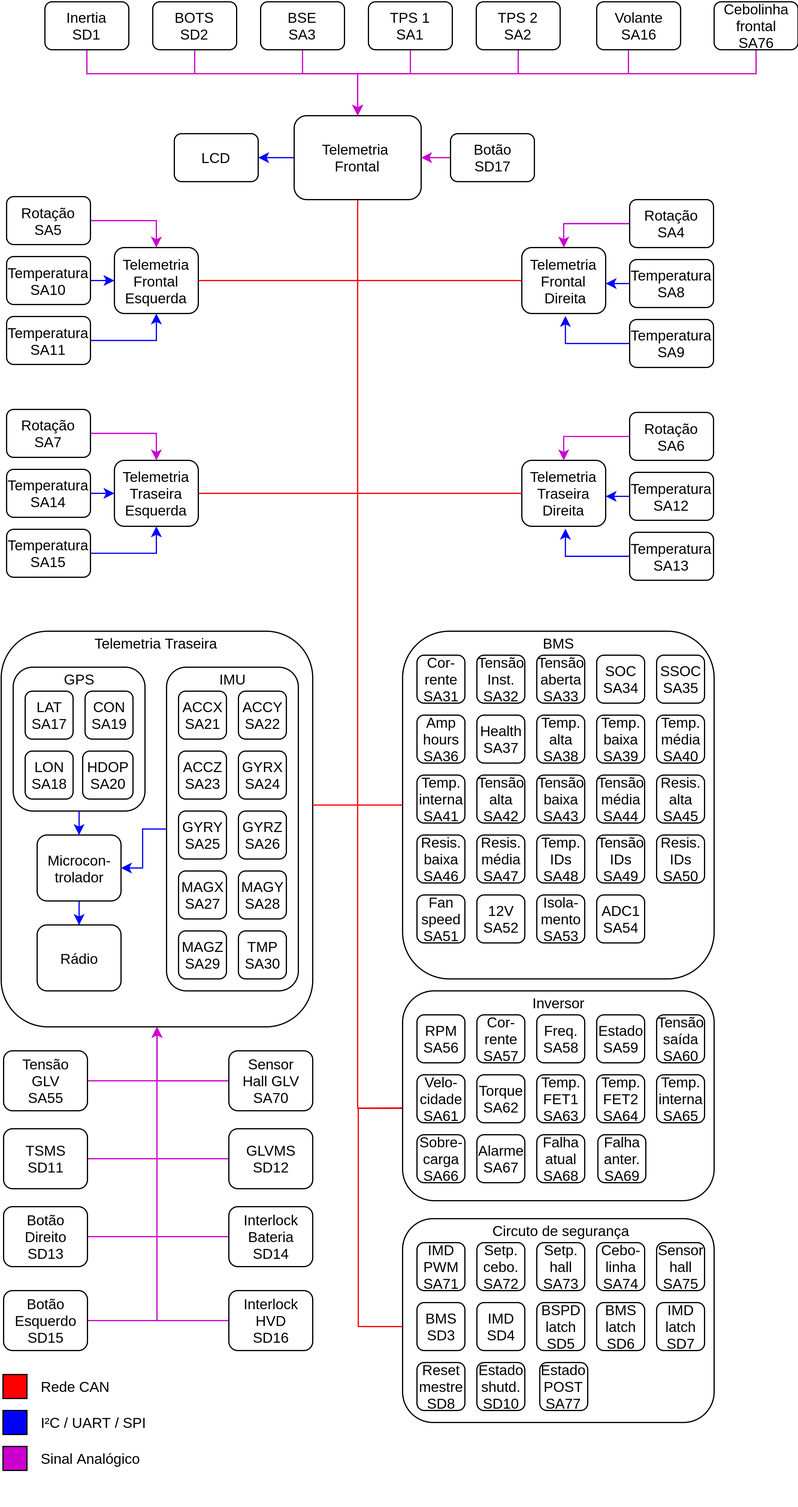
Earlier version of the draw.io export source/images/sensors.png (TelemetriaCheetah/TelemetriaCheetah.github.io). Source tidied: cells renumbered, new cells last; positions are measured from the earlier drawing's top-left corner, leaving out a move shared by most shapes.
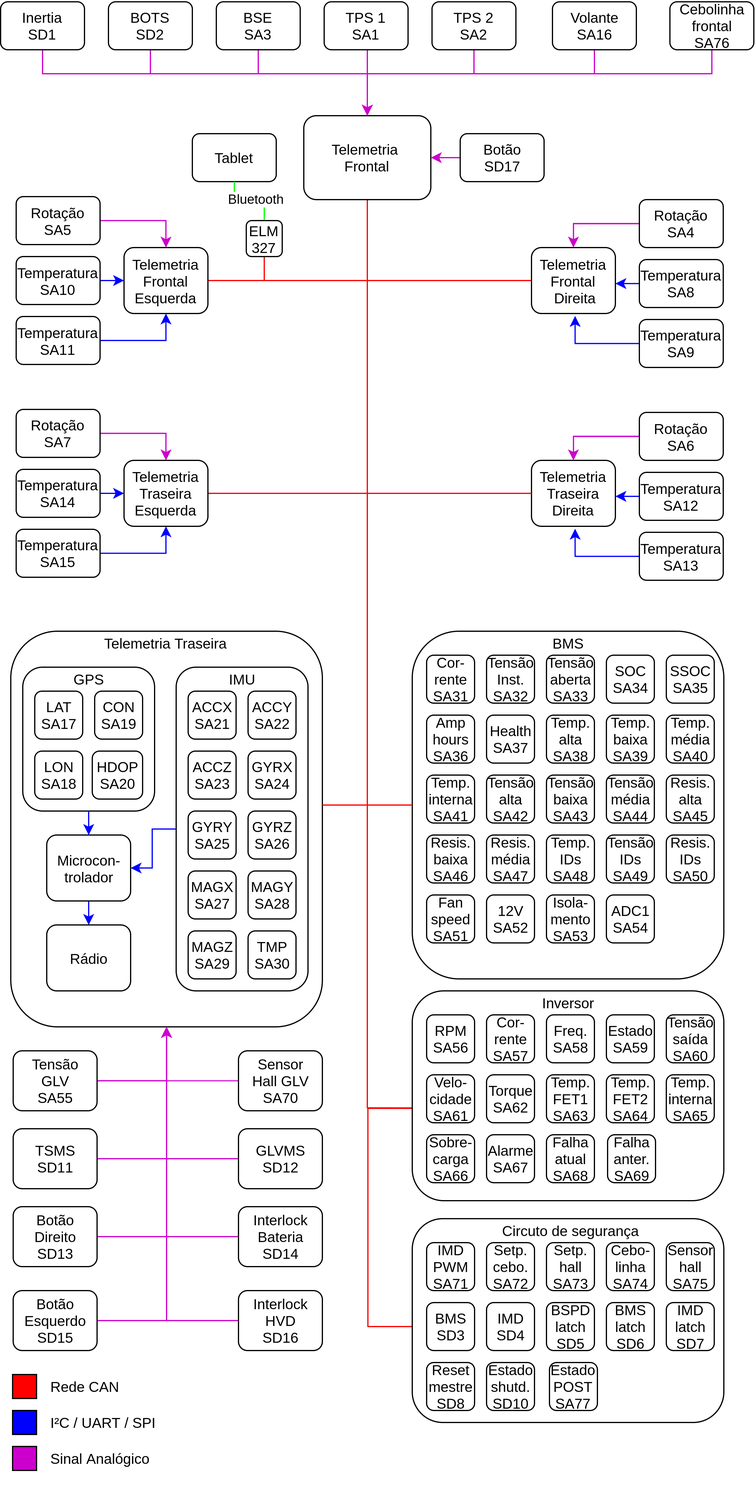
The same file after the commit.

Commit message:
atualizando diagrama

What changed in the source:
```diff
@@ -5,21 +5,14 @@
     <mxCell id="2" style="edgeStyle=orthogonalEdgeStyle;rounded=0;jettySize=auto;html=1;endArrow=classic;endFill=1;strokeColor=#CC00CC;" parent="1" edge="1" source="3" target="6">
       <mxGeometry relative="1" as="geometry">
         <Array as="points">
-          <mxPoint x="72" y="60" />
+          <mxPoint x="27" y="60" />
           <mxPoint x="298" y="60" />
         </Array>
       </mxGeometry>
     </mxCell>
     <mxCell id="3" value="Inertia&lt;br&gt;SD1" style="rounded=1;whiteSpace=wrap;html=1;fillColor=#FFFFFF;" parent="1" vertex="1">
-      <mxGeometry x="37" width="70" height="40" as="geometry" />
+      <mxGeometry x="-8" width="70" height="40" as="geometry" />
     </mxCell>
-    <mxCell id="4" style="edgeStyle=orthogonalEdgeStyle;rounded=0;jettySize=auto;html=1;exitX=0.25;exitY=1;exitDx=0;exitDy=0;entryX=1;entryY=0.5;entryDx=0;entryDy=0;strokeColor=#0000FF;" parent="1" edge="1" source="6" target="23">
-      <mxGeometry relative="1" as="geometry">
-        <Array as="points">
-          <mxPoint x="272" y="130" />
-        </Array>
-      </mxGeometry>
-    </mxCell>
     <mxCell id="5" style="edgeStyle=orthogonalEdgeStyle;rounded=0;jettySize=auto;html=1;entryX=0.004;entryY=0.558;entryDx=0;entryDy=0;entryPerimeter=0;endArrow=none;endFill=0;strokeColor=#FF0000;" parent="1" edge="1" source="6" target="116">
       <mxGeometry relative="1" as="geometry" />
     </mxCell>
@@ -29,46 +22,46 @@
     <mxCell id="7" style="edgeStyle=orthogonalEdgeStyle;rounded=0;jettySize=auto;html=1;endArrow=classic;endFill=1;strokeColor=#CC00CC;" parent="1" edge="1" source="8" target="6">
       <mxGeometry relative="1" as="geometry">
         <Array as="points">
-          <mxPoint x="162" y="60" />
+          <mxPoint x="117" y="60" />
           <mxPoint x="298" y="60" />
         </Array>
       </mxGeometry>
     </mxCell>
     <mxCell id="8" value="BOTS&lt;br&gt;SD2&lt;span style=&quot;color: rgba(0 , 0 , 0 , 0) ; font-family: monospace ; font-size: 0px&quot;&gt;%3CmxGraphModel%3E%3Croot%3E%3CmxCell%20id%3D%220%22%2F%3E%3CmxCell%20id%3D%221%22%20parent%3D%220%22%2F%3E%3CmxCell%20id%3D%222%22%20value%3D%22Inertia%26lt%3Bbr%26gt%3BSD1%22%20style%3D%22rounded%3D1%3BwhiteSpace%3Dwrap%3Bhtml%3D1%3BfillColor%3D%23FFFFFF%3B%22%20vertex%3D%221%22%20parent%3D%221%22%3E%3CmxGeometry%20x%3D%22210%22%20y%3D%22210%22%20width%3D%2270%22%20height%3D%2240%22%20as%3D%22geometry%22%2F%3E%3C%2FmxCell%3E%3C%2Froot%3E%3C%2FmxGraphModel%3E&lt;/span&gt;" style="rounded=1;whiteSpace=wrap;html=1;fillColor=#FFFFFF;" parent="1" vertex="1">
-      <mxGeometry x="127" width="70" height="40" as="geometry" />
+      <mxGeometry x="82" width="70" height="40" as="geometry" />
     </mxCell>
     <mxCell id="9" style="edgeStyle=orthogonalEdgeStyle;rounded=0;jettySize=auto;html=1;endArrow=classic;endFill=1;strokeColor=#CC00CC;" parent="1" edge="1" source="10" target="6">
       <mxGeometry relative="1" as="geometry">
         <Array as="points">
-          <mxPoint x="342" y="60" />
-          <mxPoint x="298" y="60" />
+          <mxPoint x="298" y="45" />
+          <mxPoint x="298" y="45" />
         </Array>
       </mxGeometry>
     </mxCell>
     <mxCell id="10" value="TPS 1&lt;br&gt;SA1" style="rounded=1;whiteSpace=wrap;html=1;fillColor=#FFFFFF;" parent="1" vertex="1">
-      <mxGeometry x="307" width="70" height="40" as="geometry" />
+      <mxGeometry x="262" width="70" height="40" as="geometry" />
     </mxCell>
     <mxCell id="11" style="edgeStyle=orthogonalEdgeStyle;rounded=0;jettySize=auto;html=1;endArrow=classic;endFill=1;strokeColor=#CC00CC;" parent="1" edge="1" source="12" target="6">
       <mxGeometry relative="1" as="geometry">
         <Array as="points">
-          <mxPoint x="432" y="60" />
+          <mxPoint x="387" y="60" />
           <mxPoint x="298" y="60" />
         </Array>
       </mxGeometry>
     </mxCell>
     <mxCell id="12" value="TPS 2&lt;br&gt;SA2" style="rounded=1;whiteSpace=wrap;html=1;fillColor=#FFFFFF;" parent="1" vertex="1">
-      <mxGeometry x="397" width="70" height="40" as="geometry" />
+      <mxGeometry x="352" width="70" height="40" as="geometry" />
     </mxCell>
     <mxCell id="13" style="edgeStyle=orthogonalEdgeStyle;rounded=0;jettySize=auto;html=1;endArrow=classic;endFill=1;strokeColor=#CC00CC;" parent="1" edge="1" source="14" target="6">
       <mxGeometry relative="1" as="geometry">
         <Array as="points">
-          <mxPoint x="252" y="60" />
+          <mxPoint x="207" y="60" />
           <mxPoint x="298" y="60" />
         </Array>
       </mxGeometry>
     </mxCell>
     <mxCell id="14" value="BSE&lt;br&gt;SA3" style="rounded=1;whiteSpace=wrap;html=1;fillColor=#FFFFFF;" parent="1" vertex="1">
-      <mxGeometry x="217" width="70" height="40" as="geometry" />
+      <mxGeometry x="172" width="70" height="40" as="geometry" />
     </mxCell>
     <mxCell id="15" style="edgeStyle=orthogonalEdgeStyle;rounded=0;jettySize=auto;html=1;endArrow=none;endFill=0;strokeColor=#FF0000;" parent="1" edge="1" source="16">
       <mxGeometry relative="1" as="geometry">
@@ -98,8 +91,8 @@
     <mxCell id="22" value="Telemetria&lt;br&gt;Frontal Esquerda" style="rounded=1;whiteSpace=wrap;html=1;fillColor=#FFFFFF;" parent="1" vertex="1">
       <mxGeometry x="95" y="205" width="70" height="55" as="geometry" />
     </mxCell>
-    <mxCell id="23" value="LCD" style="rounded=1;whiteSpace=wrap;html=1;fillColor=#FFFFFF;" parent="1" vertex="1">
-      <mxGeometry x="145" y="110" width="70" height="40" as="geometry" />
+    <mxCell id="23" value="Tablet" style="rounded=1;whiteSpace=wrap;html=1;fillColor=#FFFFFF;" parent="1" vertex="1">
+      <mxGeometry x="152" y="110" width="70" height="40" as="geometry" />
     </mxCell>
     <mxCell id="24" style="edgeStyle=orthogonalEdgeStyle;rounded=0;jettySize=auto;html=1;entryX=1.014;entryY=0.547;entryDx=0;entryDy=0;entryPerimeter=0;strokeColor=#0000FF;" parent="1" edge="1" source="25" target="16">
       <mxGeometry relative="1" as="geometry" />
@@ -176,13 +169,13 @@
     <mxCell id="48" style="edgeStyle=orthogonalEdgeStyle;rounded=0;jettySize=auto;html=1;endArrow=classic;endFill=1;strokeColor=#CC00CC;" parent="1" edge="1" source="49" target="6">
       <mxGeometry relative="1" as="geometry">
         <Array as="points">
-          <mxPoint x="524" y="60" />
+          <mxPoint x="488" y="60" />
           <mxPoint x="298" y="60" />
         </Array>
       </mxGeometry>
     </mxCell>
     <mxCell id="49" value="Volante&lt;br&gt;SA16" style="rounded=1;whiteSpace=wrap;html=1;fillColor=#FFFFFF;" parent="1" vertex="1">
-      <mxGeometry x="497.5" width="70" height="40" as="geometry" />
+      <mxGeometry x="452.5" width="70" height="40" as="geometry" />
     </mxCell>
     <mxCell id="50" style="group;rounded=0;fontColor=#333333;" parent="1" vertex="1">
       <mxGeometry x="335.5" y="525" width="260" height="290" as="geometry" />
@@ -563,13 +556,29 @@
     <mxCell id="161" style="edgeStyle=orthogonalEdgeStyle;rounded=0;jettySize=auto;html=1;strokeColor=#CC00CC;" parent="1" edge="1" source="162" target="6">
       <mxGeometry relative="1" as="geometry">
         <Array as="points">
-          <mxPoint x="631" y="60" />
+          <mxPoint x="585" y="60" />
           <mxPoint x="298" y="60" />
         </Array>
       </mxGeometry>
     </mxCell>
     <mxCell id="162" value="Cebolinha&lt;br&gt;frontal&lt;br&gt;SA76" style="rounded=1;whiteSpace=wrap;html=1;fillColor=#FFFFFF;" parent="1" vertex="1">
-      <mxGeometry x="595.5" width="70" height="40" as="geometry" />
+      <mxGeometry x="550.5" width="70" height="40" as="geometry" />
     </mxCell>
+    <mxCell id="163" style="edgeStyle=orthogonalEdgeStyle;rounded=0;jettySize=auto;html=1;endArrow=none;endFill=0;strokeColor=#FF0000;" parent="1" edge="1" source="166">
+      <mxGeometry relative="1" as="geometry">
+        <mxPoint x="212" y="225" as="targetPoint" />
+      </mxGeometry>
+    </mxCell>
+    <mxCell id="164" style="edgeStyle=orthogonalEdgeStyle;rounded=0;jettySize=auto;html=1;endArrow=none;endFill=0;strokeColor=#00FF00;" parent="1" edge="1" source="166" target="23">
+      <mxGeometry relative="1" as="geometry" />
+    </mxCell>
+    <mxCell id="165" value="Bluetooth" style="edgeLabel;html=1;align=center;verticalAlign=middle;" parent="164" vertex="1">
+      <mxGeometry x="-0.05" y="1" relative="1" as="geometry">
+        <mxPoint y="1.5" as="offset" />
+      </mxGeometry>
+    </mxCell>
+    <mxCell id="166" value="ELM&lt;br&gt;327" style="rounded=1;whiteSpace=wrap;html=1;fillColor=#FFFFFF;" parent="1" vertex="1">
+      <mxGeometry x="197" y="182.5" width="30" height="30" as="geometry" />
+    </mxCell>
   </root>
 </mxGraphModel>
```
